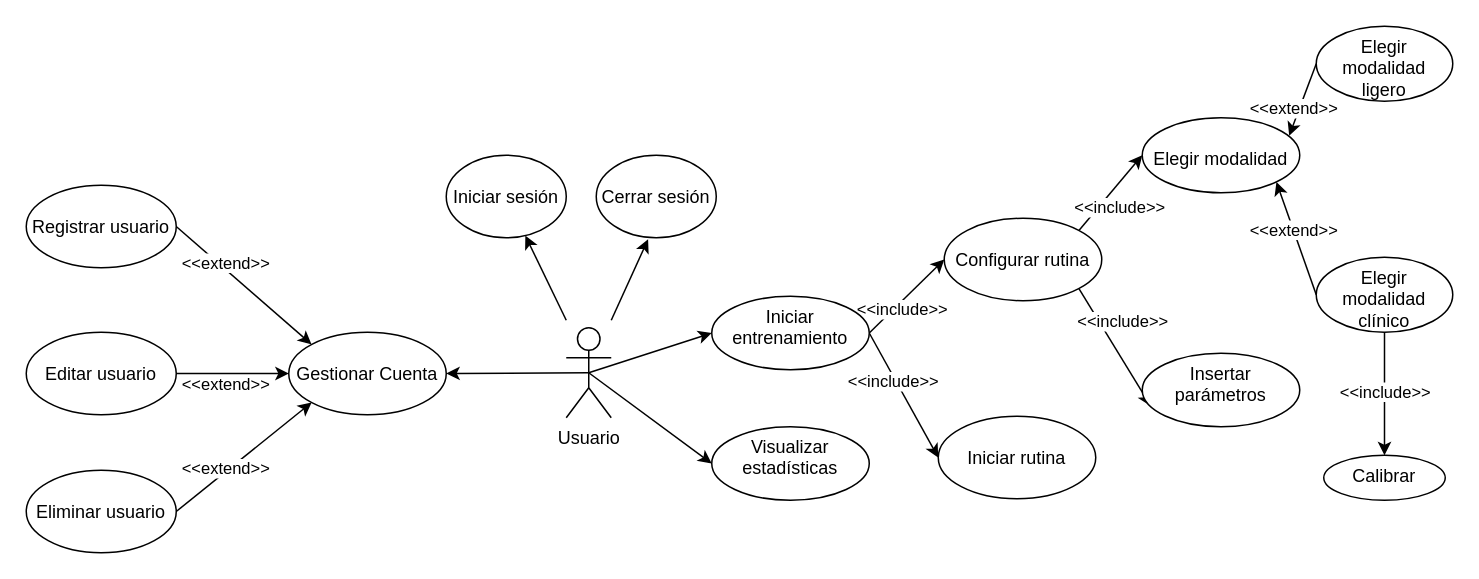
The draw.io diagram document/images/diagram-usecase-user.drawio in lcasan/Thesis, before the edit. Source tidied: cells renumbered, new cells numbered last; positions are measured from the earlier drawing's top-left corner, leaving out a move shared by most shapes. Both pictures are drawn from the tidied source at 150%, with x=0, y=0 at pixel (26, 26).
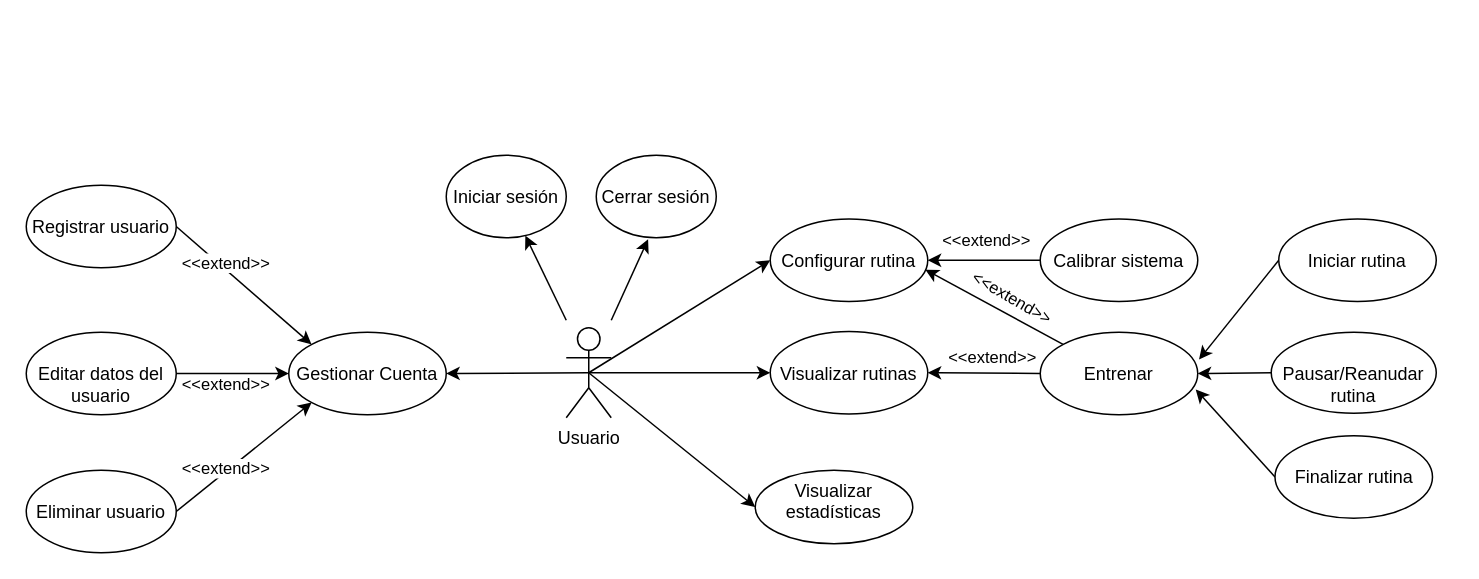
Above is the later version.

The change refers to these unchanged cells:
```xml
<mxCell id="6" value="Usuario" style="shape=umlActor;verticalLabelPosition=bottom;verticalAlign=top;html=1;outlineConnect=0;" parent="1" vertex="1">
  <mxGeometry x="360" y="201" width="30" height="60" as="geometry" />
</mxCell>
```

Change to the diagram source:
```diff
@@
-    <mxCell id="5" style="edgeStyle=none;html=1;exitX=0.5;exitY=0.5;exitDx=0;exitDy=0;exitPerimeter=0;entryX=0;entryY=0.5;entryDx=0;entryDy=0;" parent="1" edge="1" source="6" target="32">
-      <mxGeometry relative="1" as="geometry" />
-    </mxCell>
+    <mxCell id="43" style="edgeStyle=none;html=1;exitX=0.5;exitY=0.5;exitDx=0;exitDy=0;exitPerimeter=0;entryX=0;entryY=0.5;entryDx=0;entryDy=0;" parent="1" edge="1" source="6" target="24">
+      <mxGeometry relative="1" as="geometry" />
+    </mxCell>
+    <mxCell id="44" style="edgeStyle=none;html=1;exitX=0.5;exitY=0.5;exitDx=0;exitDy=0;exitPerimeter=0;entryX=0;entryY=0.5;entryDx=0;entryDy=0;" parent="1" edge="1" source="6" target="49">
+      <mxGeometry relative="1" as="geometry" />
+    </mxCell>
@@
-    <mxCell id="15" value="&lt;br&gt;Editar usuario" style="ellipse;whiteSpace=wrap;html=1;verticalAlign=top;" parent="1" vertex="1">
+    <mxCell id="15" value="&lt;br&gt;Editar datos del usuario" style="ellipse;whiteSpace=wrap;html=1;verticalAlign=top;" parent="1" vertex="1">
       <mxGeometry y="204" width="100" height="55" as="geometry" />
     </mxCell>
@@
-    <mxCell id="20" style="edgeStyle=none;html=1;exitX=1;exitY=1;exitDx=0;exitDy=0;entryX=0.054;entryY=0.718;entryDx=0;entryDy=0;entryPerimeter=0;" parent="1" edge="1" source="24" target="27">
-      <mxGeometry relative="1" as="geometry" />
-    </mxCell>
-    <mxCell id="21" value="&amp;lt;&amp;lt;include&amp;gt;&amp;gt;" style="edgeLabel;html=1;align=center;verticalAlign=middle;" parent="20" vertex="1">
-      <mxGeometry x="-0.64" y="-1" relative="1" as="geometry">
-        <mxPoint x="21" y="7" as="offset" />
-      </mxGeometry>
-    </mxCell>
-    <mxCell id="22" style="edgeStyle=none;html=1;exitX=1;exitY=0;exitDx=0;exitDy=0;entryX=0;entryY=0.5;entryDx=0;entryDy=0;" parent="1" edge="1" source="24" target="26">
-      <mxGeometry relative="1" as="geometry" />
-    </mxCell>
-    <mxCell id="23" value="&amp;lt;&amp;lt;include&amp;gt;&amp;gt;" style="edgeLabel;html=1;align=center;verticalAlign=middle;" parent="22" vertex="1">
-      <mxGeometry x="-0.36" relative="1" as="geometry">
-        <mxPoint x="13" as="offset" />
-      </mxGeometry>
-    </mxCell>
     <mxCell id="24" value="&lt;br&gt;Configurar rutina" style="ellipse;whiteSpace=wrap;html=1;verticalAlign=top;" parent="1" vertex="1">
-      <mxGeometry x="612" y="128" width="105" height="55" as="geometry" />
+      <mxGeometry x="496" y="128.5" width="105" height="55" as="geometry" />
     </mxCell>
     <mxCell id="25" value="Visualizar estadísticas" style="ellipse;whiteSpace=wrap;html=1;verticalAlign=top;" parent="1" vertex="1">
-      <mxGeometry x="457" y="267" width="105" height="49" as="geometry" />
+      <mxGeometry x="486" y="296" width="105" height="49" as="geometry" />
     </mxCell>
-    <mxCell id="26" value="&lt;br&gt;Elegir modalidad" style="ellipse;whiteSpace=wrap;html=1;verticalAlign=top;" parent="1" vertex="1">
-      <mxGeometry x="744" y="61" width="105" height="50" as="geometry" />
-    </mxCell>
-    <mxCell id="27" value="Insertar parámetros" style="ellipse;whiteSpace=wrap;html=1;verticalAlign=top;" parent="1" vertex="1">
-      <mxGeometry x="744" y="218" width="105" height="49" as="geometry" />
-    </mxCell>
-    <mxCell id="28" style="edgeStyle=none;html=1;exitX=1;exitY=0.5;exitDx=0;exitDy=0;entryX=0;entryY=0.5;entryDx=0;entryDy=0;" parent="1" edge="1" source="32" target="24">
-      <mxGeometry relative="1" as="geometry" />
-    </mxCell>
-    <mxCell id="29" value="&amp;lt;&amp;lt;include&amp;gt;&amp;gt;" style="edgeLabel;html=1;align=center;verticalAlign=middle;" parent="28" vertex="1">
-      <mxGeometry x="-0.43" y="3" relative="1" as="geometry">
-        <mxPoint x="9" as="offset" />
-      </mxGeometry>
-    </mxCell>
-    <mxCell id="30" style="edgeStyle=none;html=1;exitX=1;exitY=0.5;exitDx=0;exitDy=0;entryX=0;entryY=0.5;entryDx=0;entryDy=0;" parent="1" edge="1" source="32" target="33">
+    <mxCell id="30" style="edgeStyle=none;html=1;exitX=0;exitY=0;exitDx=0;exitDy=0;entryX=0.984;entryY=0.613;entryDx=0;entryDy=0;entryPerimeter=0;" parent="1" edge="1" source="33" target="24">
       <mxGeometry relative="1" as="geometry" />
     </mxCell>
-    <mxCell id="31" value="&amp;lt;&amp;lt;include&amp;gt;&amp;gt;" style="edgeLabel;html=1;align=center;verticalAlign=middle;" parent="30" vertex="1">
-      <mxGeometry x="-0.25" y="-2" relative="1" as="geometry" />
+    <mxCell id="31" value="&amp;lt;&amp;lt;extend&amp;gt;&amp;gt;" style="edgeLabel;html=1;align=center;verticalAlign=middle;" parent="30" vertex="1">
+      <mxGeometry x="-0.25" y="-2" relative="1" as="geometry">
+        <mxPoint x="-18" y="-49" as="offset" />
+      </mxGeometry>
     </mxCell>
-    <mxCell id="32" value="Iniciar entrenamiento" style="ellipse;whiteSpace=wrap;html=1;verticalAlign=top;" parent="1" vertex="1">
-      <mxGeometry x="457" y="180" width="105" height="49" as="geometry" />
-    </mxCell>
+    <mxCell id="45" value="&amp;lt;&amp;lt;extend&amp;gt;&amp;gt;" style="edgeLabel;html=1;align=center;verticalAlign=middle;rotation=30;" parent="30" vertex="1">
+      <mxGeometry x="-0.25" y="-2" relative="1" as="geometry">
+        <mxPoint x="-1" y="-11" as="offset" />
+      </mxGeometry>
+    </mxCell>
+    <mxCell id="46" value="&amp;lt;&amp;lt;extend&amp;gt;&amp;gt;" style="edgeLabel;html=1;align=center;verticalAlign=middle;" parent="30" vertex="1">
+      <mxGeometry x="-0.25" y="-2" relative="1" as="geometry">
+        <mxPoint x="-14" y="29" as="offset" />
+      </mxGeometry>
+    </mxCell>
+    <mxCell id="47" style="edgeStyle=none;html=1;exitX=0;exitY=0.5;exitDx=0;exitDy=0;entryX=1;entryY=0.5;entryDx=0;entryDy=0;" parent="1" edge="1" source="33" target="49">
+      <mxGeometry relative="1" as="geometry" />
+    </mxCell>
-    <mxCell id="33" value="&lt;br&gt;Iniciar rutina" style="ellipse;whiteSpace=wrap;html=1;verticalAlign=top;" parent="1" vertex="1">
-      <mxGeometry x="608" y="260" width="105" height="55" as="geometry" />
+    <mxCell id="33" value="&lt;br&gt;Entrenar" style="ellipse;whiteSpace=wrap;html=1;verticalAlign=top;" parent="1" vertex="1">
+      <mxGeometry x="676" y="204" width="105" height="55" as="geometry" />
     </mxCell>
-    <mxCell id="34" style="edgeStyle=none;html=1;exitX=0;exitY=0.5;exitDx=0;exitDy=0;entryX=0.933;entryY=0.239;entryDx=0;entryDy=0;entryPerimeter=0;" parent="1" edge="1" source="36" target="26">
-      <mxGeometry relative="1" as="geometry" />
-    </mxCell>
-    <mxCell id="35" value="&amp;lt;&amp;lt;extend&amp;gt;&amp;gt;" style="edgeLabel;html=1;align=center;verticalAlign=middle;" parent="34" vertex="1">
-      <mxGeometry x="0.23" y="-1" relative="1" as="geometry">
-        <mxPoint x="-3" as="offset" />
-      </mxGeometry>
-    </mxCell>
-    <mxCell id="36" value="Elegir modalidad&lt;br&gt;ligero" style="ellipse;whiteSpace=wrap;html=1;verticalAlign=top;" parent="1" vertex="1">
-      <mxGeometry x="860" width="91" height="50" as="geometry" />
-    </mxCell>
-    <mxCell id="37" style="edgeStyle=none;html=1;exitX=0;exitY=0.5;exitDx=0;exitDy=0;entryX=1;entryY=1;entryDx=0;entryDy=0;" parent="1" edge="1" source="41" target="26">
-      <mxGeometry relative="1" as="geometry" />
-    </mxCell>
-    <mxCell id="38" value="&amp;lt;&amp;lt;extend&amp;gt;&amp;gt;" style="edgeLabel;html=1;align=center;verticalAlign=middle;" parent="37" vertex="1">
-      <mxGeometry x="0.16" relative="1" as="geometry" />
-    </mxCell>
-    <mxCell id="39" style="edgeStyle=none;html=1;exitX=0.5;exitY=1;exitDx=0;exitDy=0;entryX=0.5;entryY=0;entryDx=0;entryDy=0;" parent="1" edge="1" source="41" target="42">
-      <mxGeometry relative="1" as="geometry" />
-    </mxCell>
-    <mxCell id="40" value="&amp;lt;&amp;lt;include&amp;gt;&amp;gt;" style="edgeLabel;html=1;align=center;verticalAlign=middle;" parent="39" vertex="1">
-      <mxGeometry x="-0.45" y="-1" relative="1" as="geometry">
-        <mxPoint x="1" y="16" as="offset" />
-      </mxGeometry>
-    </mxCell>
-    <mxCell id="41" value="Elegir modalidad&lt;br&gt;clínico" style="ellipse;whiteSpace=wrap;html=1;verticalAlign=top;" parent="1" vertex="1">
-      <mxGeometry x="860" y="154" width="91" height="50" as="geometry" />
-    </mxCell>
-    <mxCell id="42" value="Calibrar" style="ellipse;whiteSpace=wrap;html=1;verticalAlign=top;" parent="1" vertex="1">
-      <mxGeometry x="865" y="286" width="81" height="30" as="geometry" />
-    </mxCell>
+    <mxCell id="48" style="edgeStyle=none;html=1;exitX=0;exitY=0.5;exitDx=0;exitDy=0;entryX=1;entryY=0.5;entryDx=0;entryDy=0;" parent="1" edge="1" source="50" target="24">
+      <mxGeometry relative="1" as="geometry" />
+    </mxCell>
+    <mxCell id="49" value="&lt;br&gt;Visualizar rutinas" style="ellipse;whiteSpace=wrap;html=1;verticalAlign=top;" parent="1" vertex="1">
+      <mxGeometry x="496" y="203.5" width="105" height="55" as="geometry" />
+    </mxCell>
+    <mxCell id="50" value="&lt;br&gt;Calibrar sistema" style="ellipse;whiteSpace=wrap;html=1;verticalAlign=top;" parent="1" vertex="1">
+      <mxGeometry x="676" y="128.5" width="105" height="55" as="geometry" />
+    </mxCell>
+    <mxCell id="51" style="edgeStyle=none;html=1;exitX=0;exitY=0.5;exitDx=0;exitDy=0;entryX=1;entryY=0.5;entryDx=0;entryDy=0;" parent="1" edge="1" source="52" target="33">
+      <mxGeometry relative="1" as="geometry" />
+    </mxCell>
+    <mxCell id="52" value="&lt;br&gt;Pausar/Reanudar rutina" style="ellipse;whiteSpace=wrap;html=1;verticalAlign=top;" parent="1" vertex="1">
+      <mxGeometry x="830" y="204" width="110" height="54" as="geometry" />
+    </mxCell>
+    <mxCell id="53" style="edgeStyle=none;html=1;exitX=0;exitY=0.5;exitDx=0;exitDy=0;entryX=1.008;entryY=0.331;entryDx=0;entryDy=0;entryPerimeter=0;" parent="1" edge="1" source="54" target="33">
+      <mxGeometry relative="1" as="geometry" />
+    </mxCell>
+    <mxCell id="54" value="&lt;br&gt;Iniciar rutina" style="ellipse;whiteSpace=wrap;html=1;verticalAlign=top;" parent="1" vertex="1">
+      <mxGeometry x="835" y="128.5" width="105" height="55" as="geometry" />
+    </mxCell>
+    <mxCell id="55" style="edgeStyle=none;html=1;exitX=0;exitY=0.5;exitDx=0;exitDy=0;entryX=0.987;entryY=0.694;entryDx=0;entryDy=0;entryPerimeter=0;" parent="1" edge="1" source="56" target="33">
+      <mxGeometry relative="1" as="geometry" />
+    </mxCell>
+    <mxCell id="56" value="&lt;br&gt;Finalizar rutina" style="ellipse;whiteSpace=wrap;html=1;verticalAlign=top;" parent="1" vertex="1">
+      <mxGeometry x="832.5" y="273" width="105" height="55" as="geometry" />
+    </mxCell>
```
